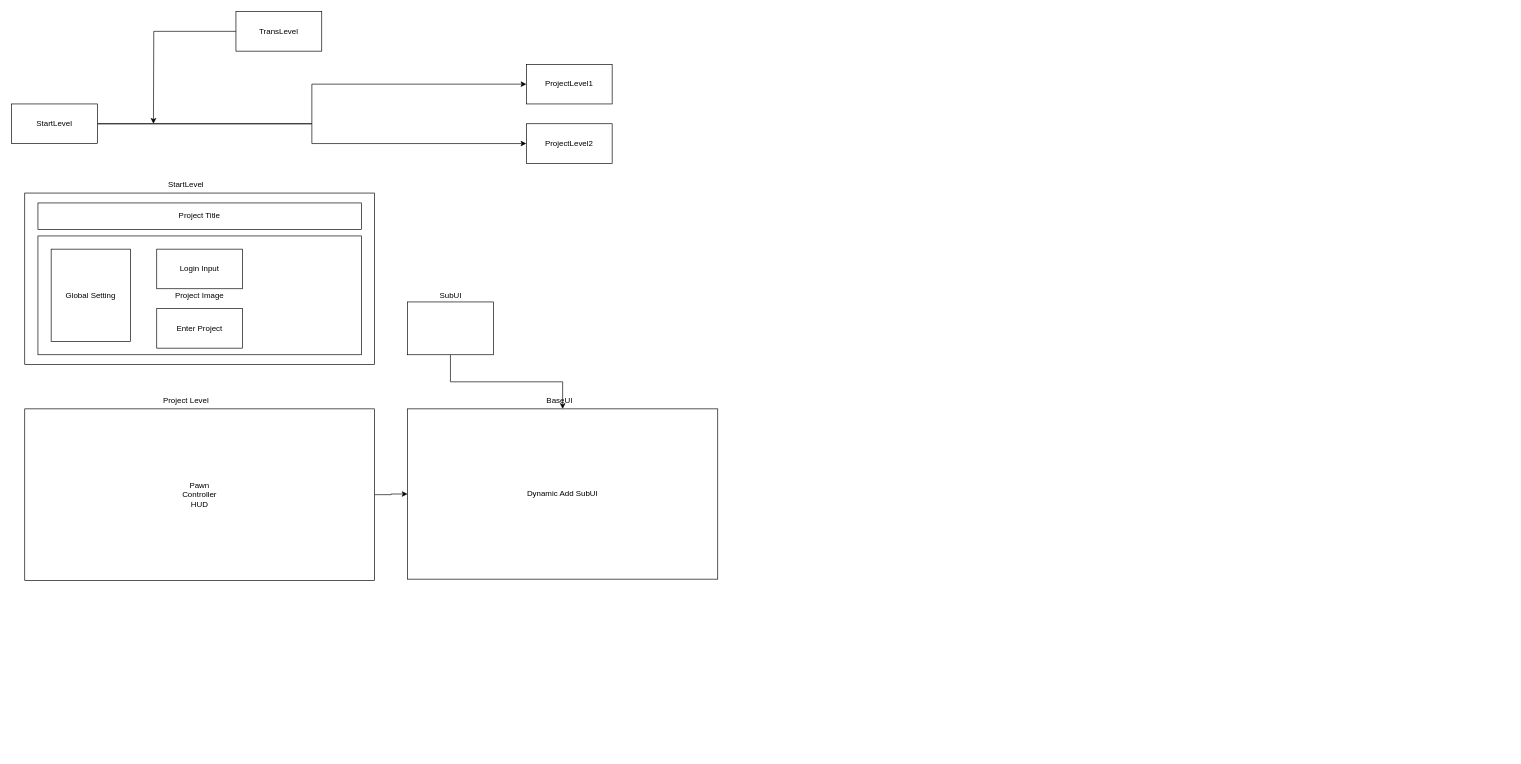
Earlier version of the draw.io diagram Untitled Diagram.drawio (gaochaowyq/MinderGraph). Source tidied: cells renumbered, new cells numbered last; positions are measured from the earlier drawing's top-left corner, leaving out a move shared by most shapes. Both pictures are drawn from the tidied source at 66%, with x=0, y=0 at pixel (11, 11).
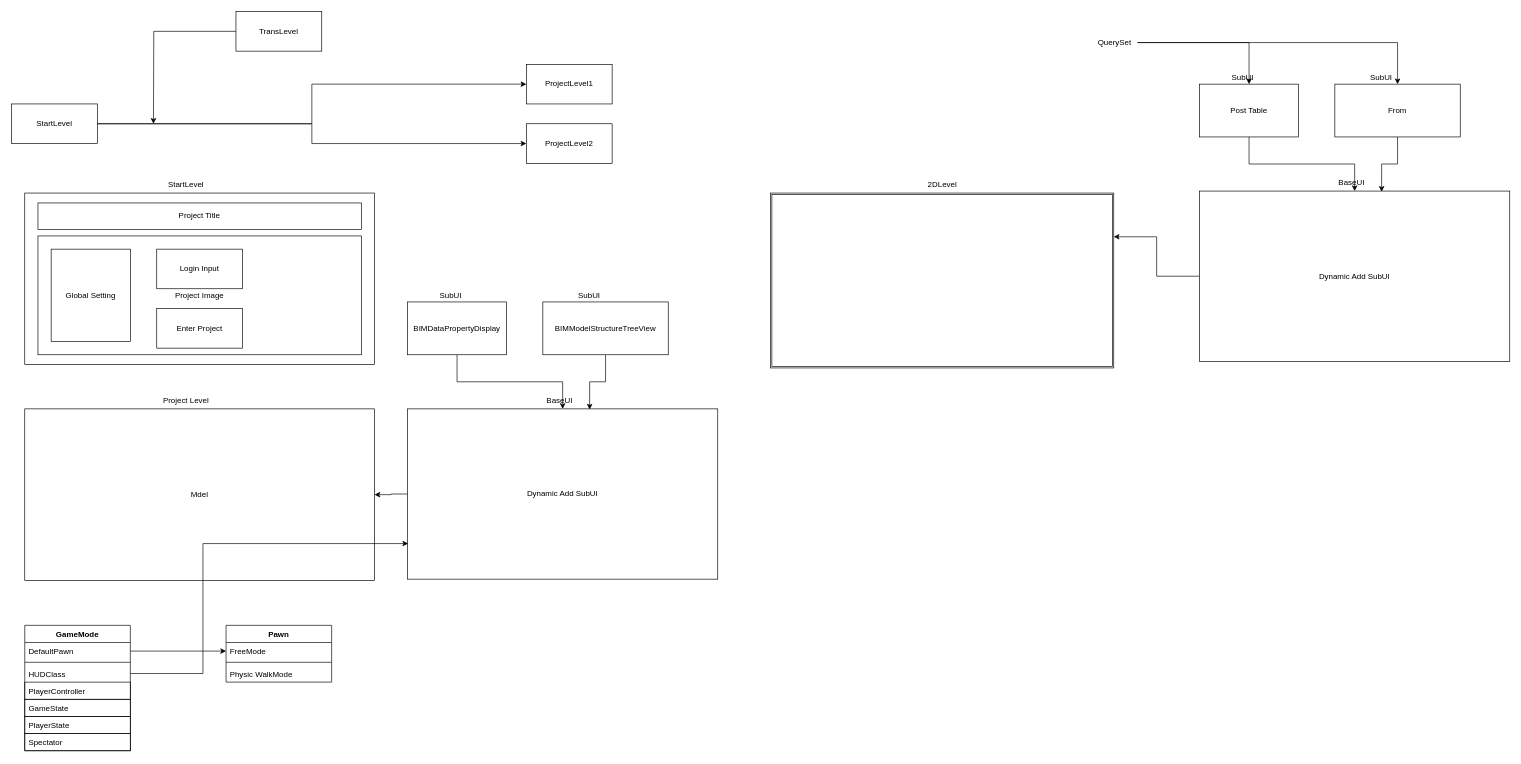
The same diagram, later.

Unchanged cells that the change refers to:
```xml
<mxCell id="19" value="Dynamic Add SubUI" style="rounded=0;whiteSpace=wrap;html=1;" parent="1" vertex="1">
  <mxGeometry x="600" y="602" width="470" height="258" as="geometry" />
</mxCell>
```

Diff of the diagram source:
```diff
@@
-    <mxCell id="13" style="edgeStyle=orthogonalEdgeStyle;rounded=0;jettySize=auto;html=1;" parent="1" edge="1" source="14" target="19">
-      <mxGeometry relative="1" as="geometry" />
-    </mxCell>
-    <mxCell id="14" value="Pawn&lt;br&gt;Controller&lt;br&gt;HUD" style="rounded=0;whiteSpace=wrap;html=1;" parent="1" vertex="1">
+    <mxCell id="14" value="Mdel" style="rounded=0;whiteSpace=wrap;html=1;" parent="1" vertex="1">
       <mxGeometry x="20" y="602" width="530" height="260" as="geometry" />
     </mxCell>
@@
+    <mxCell id="24" style="edgeStyle=orthogonalEdgeStyle;rounded=0;jettySize=auto;html=1;" parent="1" edge="1" source="19" target="14">
+      <mxGeometry relative="1" as="geometry" />
+    </mxCell>
@@
-    <mxCell id="22" style="rounded=0;whiteSpace=wrap;html=1;" parent="1" vertex="1">
-      <mxGeometry x="600" y="440" width="130" height="80" as="geometry" />
+    <mxCell id="22" value="BIMDataPropertyDisplay" style="rounded=0;whiteSpace=wrap;html=1;" parent="1" vertex="1">
+      <mxGeometry x="600" y="440" width="150" height="80" as="geometry" />
     </mxCell>
@@
+    <mxCell id="25" value="GameMode" style="swimlane;fontStyle=1;align=center;verticalAlign=top;horizontal=1;startSize=26;" parent="1" vertex="1">
+      <mxGeometry x="20" y="930" width="160" height="190" as="geometry" />
+    </mxCell>
+    <mxCell id="26" value="DefaultPawn" style="text;strokeColor=none;fillColor=none;align=left;verticalAlign=top;spacingLeft=4;spacingRight=4;overflow=hidden;points=[[0,0.5],[1,0.5]];portConstraint=eastwest;" parent="25" vertex="1">
+      <mxGeometry y="26" width="160" height="26" as="geometry" />
+    </mxCell>
+    <mxCell id="27" style="line;strokeWidth=1;fillColor=none;align=left;verticalAlign=middle;spacingTop=-1;spacingLeft=3;spacingRight=3;labelPosition=right;" parent="25" vertex="1">
+      <mxGeometry y="52" width="160" height="8" as="geometry" />
+    </mxCell>
+    <mxCell id="28" value="HUDClass" style="text;strokeColor=none;fillColor=none;align=left;verticalAlign=top;spacingLeft=4;spacingRight=4;overflow=hidden;points=[[0,0.5],[1,0.5]];portConstraint=eastwest;" parent="25" vertex="1">
+      <mxGeometry y="60" width="160" height="26" as="geometry" />
+    </mxCell>
+    <mxCell id="29" value="PlayerController" style="text;strokeColor=#000000;fillColor=none;align=left;verticalAlign=top;spacingLeft=4;spacingRight=4;overflow=hidden;" parent="25" vertex="1">
+      <mxGeometry y="86" width="160" height="26" as="geometry" />
+    </mxCell>
+    <mxCell id="30" value="GameState" style="text;strokeColor=#000000;fillColor=none;align=left;verticalAlign=top;spacingLeft=4;spacingRight=4;overflow=hidden;" parent="25" vertex="1">
+      <mxGeometry y="112" width="160" height="26" as="geometry" />
+    </mxCell>
+    <mxCell id="31" value="PlayerState" style="text;strokeColor=#000000;fillColor=none;align=left;verticalAlign=top;spacingLeft=4;spacingRight=4;overflow=hidden;" parent="25" vertex="1">
+      <mxGeometry y="138" width="160" height="26" as="geometry" />
+    </mxCell>
+    <mxCell id="32" value="Spectator" style="text;strokeColor=#000000;fillColor=none;align=left;verticalAlign=top;spacingLeft=4;spacingRight=4;overflow=hidden;" parent="25" vertex="1">
+      <mxGeometry y="164" width="160" height="26" as="geometry" />
+    </mxCell>
+    <mxCell id="33" style="edgeStyle=orthogonalEdgeStyle;rounded=0;jettySize=auto;html=1;exitX=1;exitY=0.5;exitDx=0;exitDy=0;" parent="1" edge="1" source="26" target="35">
+      <mxGeometry relative="1" as="geometry" />
+    </mxCell>
+    <mxCell id="34" value="Pawn" style="swimlane;fontStyle=1;align=center;verticalAlign=top;horizontal=1;startSize=26;strokeColor=#000000;" parent="1" vertex="1">
+      <mxGeometry x="325" y="930" width="160" height="86" as="geometry" />
+    </mxCell>
+    <mxCell id="35" value="FreeMode" style="text;strokeColor=none;fillColor=none;align=left;verticalAlign=top;spacingLeft=4;spacingRight=4;overflow=hidden;points=[[0,0.5],[1,0.5]];portConstraint=eastwest;" parent="34" vertex="1">
+      <mxGeometry y="26" width="160" height="26" as="geometry" />
+    </mxCell>
+    <mxCell id="36" style="line;strokeWidth=1;fillColor=none;align=left;verticalAlign=middle;spacingTop=-1;spacingLeft=3;spacingRight=3;labelPosition=right;" parent="34" vertex="1">
+      <mxGeometry y="52" width="160" height="8" as="geometry" />
+    </mxCell>
+    <mxCell id="37" value="Physic WalkMode" style="text;strokeColor=none;fillColor=none;align=left;verticalAlign=top;spacingLeft=4;spacingRight=4;overflow=hidden;" parent="34" vertex="1">
+      <mxGeometry y="60" width="160" height="26" as="geometry" />
+    </mxCell>
+    <mxCell id="38" style="edgeStyle=orthogonalEdgeStyle;rounded=0;jettySize=auto;html=1;entryX=0.002;entryY=0.791;entryDx=0;entryDy=0;entryPerimeter=0;" parent="1" edge="1" source="28" target="19">
+      <mxGeometry relative="1" as="geometry">
+        <Array as="points">
+          <mxPoint x="290" y="1003" />
+          <mxPoint x="290" y="806" />
+        </Array>
+      </mxGeometry>
+    </mxCell>
+    <mxCell id="39" style="edgeStyle=orthogonalEdgeStyle;rounded=0;jettySize=auto;html=1;entryX=0.587;entryY=0.004;entryDx=0;entryDy=0;entryPerimeter=0;" parent="1" edge="1" source="40" target="19">
+      <mxGeometry relative="1" as="geometry" />
+    </mxCell>
+    <mxCell id="40" value="BIMModelStructureTreeView" style="rounded=0;whiteSpace=wrap;html=1;" parent="1" vertex="1">
+      <mxGeometry x="805" y="440" width="190" height="80" as="geometry" />
+    </mxCell>
+    <mxCell id="41" value="SubUI" style="text;html=1;align=center;verticalAlign=middle;" parent="1" vertex="1">
+      <mxGeometry x="850" y="420" width="50" height="20" as="geometry" />
+    </mxCell>
+    <mxCell id="42" style="shape=ext;double=1;rounded=0;whiteSpace=wrap;html=1;strokeColor=#000000;" parent="1" vertex="1">
+      <mxGeometry x="1150" y="275" width="520" height="265" as="geometry" />
+    </mxCell>
+    <mxCell id="43" value="2DLevel" style="text;html=1;align=center;verticalAlign=middle;" parent="1" vertex="1">
+      <mxGeometry x="1380" y="253" width="60" height="20" as="geometry" />
+    </mxCell>
+    <mxCell id="44" style="edgeStyle=orthogonalEdgeStyle;rounded=0;jettySize=auto;html=1;entryX=1;entryY=0.25;entryDx=0;entryDy=0;" parent="1" edge="1" source="45" target="42">
+      <mxGeometry relative="1" as="geometry" />
+    </mxCell>
+    <mxCell id="45" value="Dynamic Add SubUI" style="rounded=0;whiteSpace=wrap;html=1;" parent="1" vertex="1">
+      <mxGeometry x="1800" y="272" width="470" height="258" as="geometry" />
+    </mxCell>
+    <mxCell id="46" value="BaseUI" style="text;html=1;align=center;verticalAlign=middle;" parent="1" vertex="1">
+      <mxGeometry x="2005" y="250" width="50" height="20" as="geometry" />
+    </mxCell>
+    <mxCell id="47" style="edgeStyle=orthogonalEdgeStyle;rounded=0;jettySize=auto;html=1;" parent="1" edge="1" source="48" target="45">
+      <mxGeometry relative="1" as="geometry" />
+    </mxCell>
+    <mxCell id="48" value="Post Table" style="rounded=0;whiteSpace=wrap;html=1;" parent="1" vertex="1">
+      <mxGeometry x="1800" y="110" width="150" height="80" as="geometry" />
+    </mxCell>
+    <mxCell id="49" value="SubUI" style="text;html=1;align=center;verticalAlign=middle;" parent="1" vertex="1">
+      <mxGeometry x="1840" y="90" width="50" height="20" as="geometry" />
+    </mxCell>
+    <mxCell id="50" style="edgeStyle=orthogonalEdgeStyle;rounded=0;jettySize=auto;html=1;entryX=0.587;entryY=0.004;entryDx=0;entryDy=0;entryPerimeter=0;" parent="1" edge="1" source="51" target="45">
+      <mxGeometry relative="1" as="geometry" />
+    </mxCell>
+    <mxCell id="51" value="From" style="rounded=0;whiteSpace=wrap;html=1;" parent="1" vertex="1">
+      <mxGeometry x="2005" y="110" width="190" height="80" as="geometry" />
+    </mxCell>
+    <mxCell id="52" value="SubUI" style="text;html=1;align=center;verticalAlign=middle;" parent="1" vertex="1">
+      <mxGeometry x="2050" y="90" width="50" height="20" as="geometry" />
+    </mxCell>
+    <mxCell id="53" style="edgeStyle=orthogonalEdgeStyle;rounded=0;jettySize=auto;html=1;" parent="1" edge="1" source="55" target="48">
+      <mxGeometry relative="1" as="geometry" />
+    </mxCell>
+    <mxCell id="54" style="edgeStyle=orthogonalEdgeStyle;rounded=0;jettySize=auto;html=1;" parent="1" edge="1" source="55" target="51">
+      <mxGeometry relative="1" as="geometry" />
+    </mxCell>
+    <mxCell id="55" value="QuerySet" style="text;html=1;align=center;verticalAlign=middle;points=[];" parent="1" vertex="1">
+      <mxGeometry x="1636" y="37" width="70" height="20" as="geometry" />
+    </mxCell>
```
